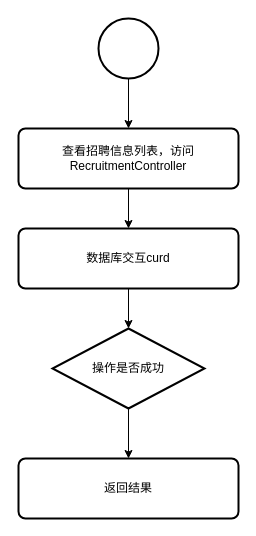
Earlier version of the draw.io diagram page "第 2 页" (2 of 3) of 诉求序列图.drawio (zhouxuemin66/Chat2DB). Source tidied: cells renumbered, new cells numbered last; positions are measured from the earlier drawing's top-left corner, leaving out a move shared by most shapes. Both pictures are drawn from the tidied source at 100%, with x=0, y=0 at pixel (18, 18).
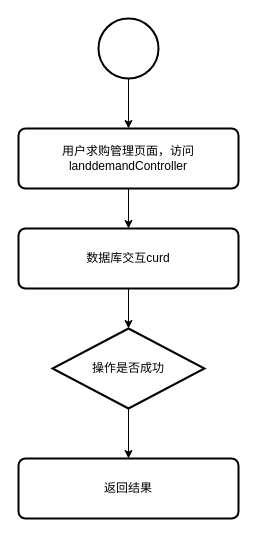
After the change.

Change to the diagram source:
```diff
@@
 <mxGraphModel>
   <root>
     <mxCell id="0" />
     <mxCell id="1" parent="0" />
     <mxCell id="2" style="edgeStyle=none;rounded=0;jettySize=auto;html=1;" parent="1" edge="1" source="3" target="5">
       <mxGeometry relative="1" as="geometry" />
     </mxCell>
     <mxCell id="3" style="strokeWidth=2;html=1;shape=mxgraph.flowchart.start_2;whiteSpace=wrap;" parent="1" vertex="1">
       <mxGeometry x="80" width="60" height="60" as="geometry" />
     </mxCell>
     <mxCell id="4" style="edgeStyle=none;rounded=0;jettySize=auto;html=1;exitX=0.5;exitY=1;exitDx=0;exitDy=0;entryX=0.5;entryY=0;entryDx=0;entryDy=0;" parent="1" edge="1" source="5" target="7">
       <mxGeometry relative="1" as="geometry" />
     </mxCell>
-    <mxCell id="5" value="查看招聘信息列表，访问Recruitment&lt;span style=&quot;background-color: initial;&quot;&gt;Controller&lt;/span&gt;" style="rounded=1;whiteSpace=wrap;html=1;absoluteArcSize=1;arcSize=14;strokeWidth=2;" parent="1" vertex="1">
+    <mxCell id="5" value="用户求购管理页面，访问landdemandController" style="rounded=1;whiteSpace=wrap;html=1;absoluteArcSize=1;arcSize=14;strokeWidth=2;" parent="1" vertex="1">
       <mxGeometry y="110" width="220" height="60" as="geometry" />
     </mxCell>
     <mxCell id="6" style="edgeStyle=none;rounded=0;jettySize=auto;html=1;exitX=0.5;exitY=1;exitDx=0;exitDy=0;entryX=0.5;entryY=0;entryDx=0;entryDy=0;entryPerimeter=0;" parent="1" edge="1" source="7" target="10">
       <mxGeometry relative="1" as="geometry" />
     </mxCell>
     <mxCell id="7" value="数据库交互curd" style="rounded=1;whiteSpace=wrap;html=1;absoluteArcSize=1;arcSize=14;strokeWidth=2;" parent="1" vertex="1">
       <mxGeometry y="210" width="220" height="60" as="geometry" />
     </mxCell>
     <mxCell id="8" value="返回结果" style="rounded=1;whiteSpace=wrap;html=1;absoluteArcSize=1;arcSize=14;strokeWidth=2;" parent="1" vertex="1">
       <mxGeometry y="440" width="220" height="60" as="geometry" />
     </mxCell>
     <mxCell id="9" style="edgeStyle=none;rounded=0;jettySize=auto;html=1;exitX=0.5;exitY=1;exitDx=0;exitDy=0;exitPerimeter=0;entryX=0.5;entryY=0;entryDx=0;entryDy=0;" parent="1" edge="1" source="10" target="8">
       <mxGeometry relative="1" as="geometry" />
     </mxCell>
     <mxCell id="10" value="操作是否成功" style="strokeWidth=2;html=1;shape=mxgraph.flowchart.decision;whiteSpace=wrap;" parent="1" vertex="1">
       <mxGeometry x="34" y="310" width="152" height="80" as="geometry" />
     </mxCell>
   </root>
 </mxGraphModel>
```
